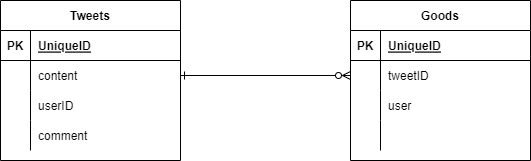
This is 設計/ER.drawio.png from junnichi-tajima/SNS_test, a draw.io export, as it was before one commit. Source tidied: cells renumbered, new cells last; positions are measured from the earlier drawing's top-left corner, leaving out a move shared by most shapes.
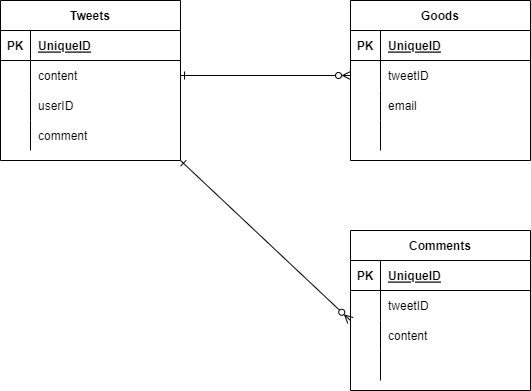
Later version of the same file.

Change to the diagram source:
```diff
@@ -68,7 +68,7 @@
     <mxCell id="23" style="shape=partialRectangle;fillColor=none;top=0;left=0;bottom=0;right=0;overflow=hidden;" parent="22" vertex="1">
       <mxGeometry width="30" height="30" as="geometry" />
     </mxCell>
-    <mxCell id="24" value="user" style="shape=partialRectangle;fillColor=none;top=0;left=0;bottom=0;right=0;align=left;spacingLeft=6;overflow=hidden;" parent="22" vertex="1">
+    <mxCell id="24" value="email" style="shape=partialRectangle;fillColor=none;top=0;left=0;bottom=0;right=0;align=left;spacingLeft=6;overflow=hidden;" parent="22" vertex="1">
       <mxGeometry x="30" width="150" height="30" as="geometry" />
     </mxCell>
     <mxCell id="25" style="shape=partialRectangle;fillColor=none;top=0;left=0;bottom=0;right=0;" parent="15" vertex="1">
@@ -83,5 +83,47 @@
     <mxCell id="28" style="edgeStyle=none;html=1;entryX=0;entryY=0.5;entryDx=0;entryDy=0;endArrow=ERzeroToMany;endFill=0;startArrow=ERone;startFill=0;" parent="1" edge="1" source="6" target="19">
       <mxGeometry relative="1" as="geometry" />
     </mxCell>
+    <mxCell id="29" value="Comments" style="shape=table;startSize=30;rowLines=0;fontStyle=1;align=center;" parent="1" vertex="1">
+      <mxGeometry x="350" y="230" width="180" height="160" as="geometry" />
+    </mxCell>
+    <mxCell id="30" style="shape=partialRectangle;fillColor=none;top=0;left=0;bottom=1;right=0;" parent="29" vertex="1">
+      <mxGeometry y="30" width="180" height="30" as="geometry" />
+    </mxCell>
+    <mxCell id="31" value="PK" style="shape=partialRectangle;fillColor=none;top=0;left=0;bottom=0;right=0;fontStyle=1;overflow=hidden;" parent="30" vertex="1">
+      <mxGeometry width="30" height="30" as="geometry" />
+    </mxCell>
+    <mxCell id="32" value="UniqueID" style="shape=partialRectangle;fillColor=none;top=0;left=0;bottom=0;right=0;align=left;spacingLeft=6;fontStyle=5;overflow=hidden;" parent="30" vertex="1">
+      <mxGeometry x="30" width="150" height="30" as="geometry" />
+    </mxCell>
+    <mxCell id="33" style="shape=partialRectangle;fillColor=none;top=0;left=0;bottom=0;right=0;" parent="29" vertex="1">
+      <mxGeometry y="60" width="180" height="30" as="geometry" />
+    </mxCell>
+    <mxCell id="34" style="shape=partialRectangle;fillColor=none;top=0;left=0;bottom=0;right=0;overflow=hidden;" parent="33" vertex="1">
+      <mxGeometry width="30" height="30" as="geometry" />
+    </mxCell>
+    <mxCell id="35" value="tweetID" style="shape=partialRectangle;fillColor=none;top=0;left=0;bottom=0;right=0;align=left;spacingLeft=6;overflow=hidden;" parent="33" vertex="1">
+      <mxGeometry x="30" width="150" height="30" as="geometry" />
+    </mxCell>
+    <mxCell id="36" style="shape=partialRectangle;fillColor=none;top=0;left=0;bottom=0;right=0;points=[[0,0.5],[1,0.5]];portConstraint=eastwest;" parent="29" vertex="1">
+      <mxGeometry y="90" width="180" height="30" as="geometry" />
+    </mxCell>
+    <mxCell id="37" style="shape=partialRectangle;fillColor=none;top=0;left=0;bottom=0;right=0;overflow=hidden;" parent="36" vertex="1">
+      <mxGeometry width="30" height="30" as="geometry" />
+    </mxCell>
+    <mxCell id="38" value="content" style="shape=partialRectangle;fillColor=none;top=0;left=0;bottom=0;right=0;align=left;spacingLeft=6;overflow=hidden;" parent="36" vertex="1">
+      <mxGeometry x="30" width="150" height="30" as="geometry" />
+    </mxCell>
+    <mxCell id="39" style="shape=partialRectangle;fillColor=none;top=0;left=0;bottom=0;right=0;" parent="29" vertex="1">
+      <mxGeometry y="120" width="180" height="30" as="geometry" />
+    </mxCell>
+    <mxCell id="40" style="shape=partialRectangle;fillColor=none;top=0;left=0;bottom=0;right=0;overflow=hidden;" parent="39" vertex="1">
+      <mxGeometry width="30" height="30" as="geometry" />
+    </mxCell>
+    <mxCell id="41" style="shape=partialRectangle;fillColor=none;top=0;left=0;bottom=0;right=0;align=left;spacingLeft=6;overflow=hidden;" parent="39" vertex="1">
+      <mxGeometry x="30" width="150" height="30" as="geometry" />
+    </mxCell>
+    <mxCell id="42" style="edgeStyle=none;html=1;entryX=0;entryY=0;entryDx=0;entryDy=0;entryPerimeter=0;startArrow=ERone;startFill=0;endArrow=ERzeroToMany;endFill=0;exitX=1;exitY=1;exitDx=0;exitDy=0;" parent="1" edge="1" source="2" target="36">
+      <mxGeometry relative="1" as="geometry" />
+    </mxCell>
   </root>
 </mxGraphModel>
```
